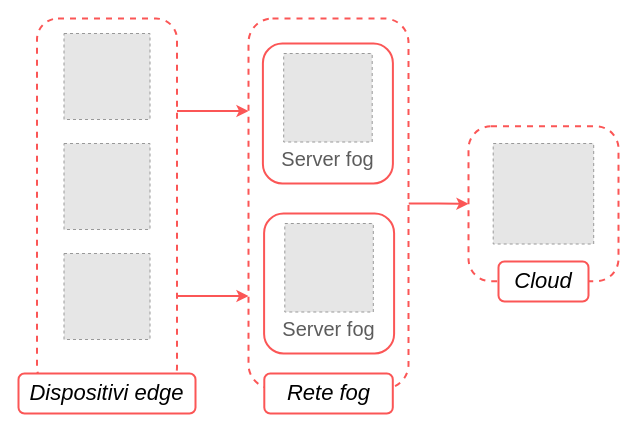
Before: page "Page-2" (2 of 2) of drawio-images/thesis-drawings.drawio in justcivah/bachelor-thesis, a draw.io diagram. Source tidied: cells renumbered, new cells numbered last; positions are measured from the earlier drawing's top-left corner, leaving out a move shared by most shapes. Both pictures are drawn from the tidied source at 100%, with x=0, y=0 at pixel (18, 18). Pictures stored in the file or linked from it are replaced by grey dashed boxes.
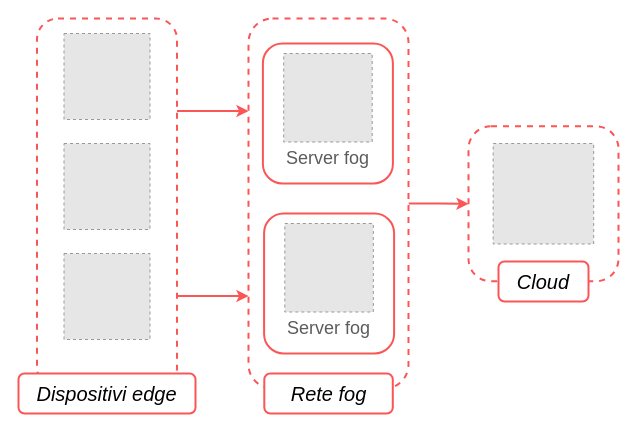
Above is the later version.

Change to the diagram source:
```diff
@@
-    <mxCell id="5" value="Dispositivi edge" style="text;align=center;verticalAlign=middle;rounded=1;strokeColor=#FB5656;whiteSpace=wrap;labelBackgroundColor=default;horizontal=1;glass=0;shadow=0;strokeWidth=2;fillColor=default;fontFamily=Computer Modern;fontSize=22;fontStyle=2;" parent="1" vertex="1">
+    <mxCell id="5" value="Dispositivi edge" style="text;align=center;verticalAlign=middle;rounded=1;strokeColor=#FB5656;whiteSpace=wrap;labelBackgroundColor=default;horizontal=1;glass=0;shadow=0;strokeWidth=2;fillColor=default;fontFamily=Computer Modern;fontSize=20;fontStyle=2;" parent="1" vertex="1">
       <mxGeometry y="355" width="177" height="40" as="geometry" />
     </mxCell>
@@
-    <mxCell id="11" value="Rete fog" style="text;align=center;verticalAlign=middle;rounded=1;strokeColor=#FB5656;whiteSpace=wrap;labelBackgroundColor=default;horizontal=1;glass=0;shadow=0;strokeWidth=2;fillColor=default;fontFamily=Computer Modern;fontSize=22;fontStyle=2;" parent="1" vertex="1">
+    <mxCell id="11" value="Rete fog" style="text;align=center;verticalAlign=middle;rounded=1;strokeColor=#FB5656;whiteSpace=wrap;labelBackgroundColor=default;horizontal=1;glass=0;shadow=0;strokeWidth=2;fillColor=default;fontFamily=Computer Modern;fontSize=20;fontStyle=2;" parent="1" vertex="1">
       <mxGeometry x="245.8" y="355" width="128.5" height="40" as="geometry" />
     </mxCell>
@@
-    <mxCell id="14" value="Server fog" style="text;html=1;align=center;verticalAlign=middle;whiteSpace=wrap;rounded=0;fontSize=20;fontFamily=Computer Modern;fontColor=light-dark(#5C5C5C,#EDEDED);" parent="1" vertex="1">
+    <mxCell id="14" value="Server fog" style="text;html=1;align=center;verticalAlign=middle;whiteSpace=wrap;rounded=0;fontSize=18;fontFamily=Computer Modern;fontColor=light-dark(#5C5C5C,#EDEDED);" parent="1" vertex="1">
       <mxGeometry x="256.9" y="125" width="105" height="30" as="geometry" />
     </mxCell>
@@
-    <mxCell id="16" value="Cloud" style="text;align=center;verticalAlign=middle;rounded=1;strokeColor=#FB5656;whiteSpace=wrap;labelBackgroundColor=default;horizontal=1;glass=0;shadow=0;strokeWidth=2;fillColor=default;fontFamily=Computer Modern;fontSize=22;fontStyle=2;" parent="1" vertex="1">
+    <mxCell id="16" value="Cloud" style="text;align=center;verticalAlign=middle;rounded=1;strokeColor=#FB5656;whiteSpace=wrap;labelBackgroundColor=default;horizontal=1;glass=0;shadow=0;strokeWidth=2;fillColor=default;fontFamily=Computer Modern;fontSize=20;fontStyle=2;" parent="1" vertex="1">
       <mxGeometry x="480" y="243" width="90" height="40" as="geometry" />
     </mxCell>
@@
-    <mxCell id="20" value="Server fog" style="text;html=1;align=center;verticalAlign=middle;whiteSpace=wrap;rounded=0;fontSize=20;fontFamily=Computer Modern;fontColor=light-dark(#5C5C5C,#EDEDED);" parent="1" vertex="1">
+    <mxCell id="20" value="Server fog" style="text;html=1;align=center;verticalAlign=middle;whiteSpace=wrap;rounded=0;fontSize=18;fontFamily=Computer Modern;fontColor=light-dark(#5C5C5C,#EDEDED);" parent="1" vertex="1">
       <mxGeometry x="258.1" y="295" width="105" height="30" as="geometry" />
     </mxCell>
```
